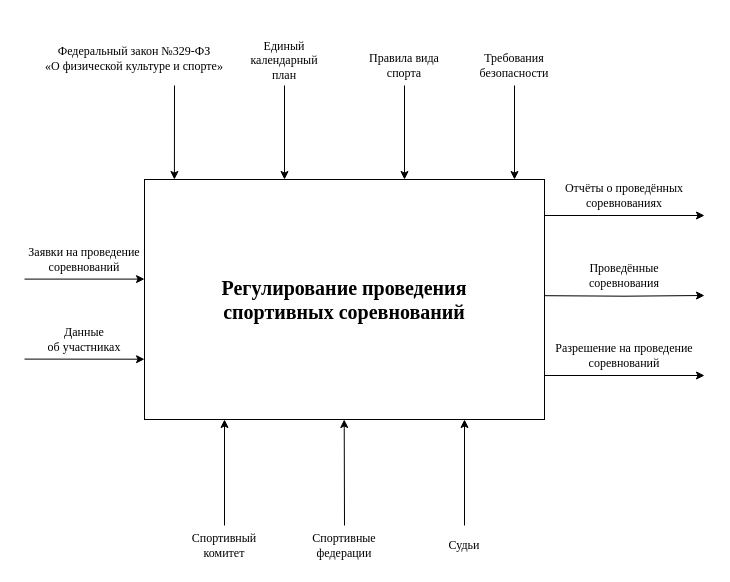
The draw.io diagram page "IDEF0 (контекстная)" (1 of 11) of Диаграммы ИС «Спортивный комитет».drawio in antonch985/Education, before the edit. Source tidied: cells renumbered, new cells numbered last; positions are measured from the earlier drawing's top-left corner, leaving out a move shared by most shapes. Both pictures are drawn from the tidied source at 100%, with x=0, y=0 at pixel (24, 31).
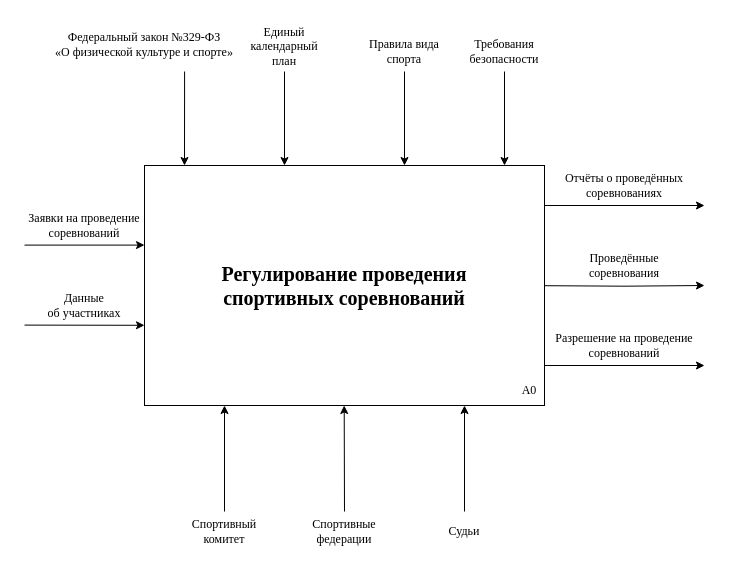
After the change.

Change to the diagram source:
```diff
@@
     <mxCell id="2" style="edgeStyle=orthogonalEdgeStyle;rounded=0;orthogonalLoop=1;jettySize=auto;html=1;exitX=1;exitY=0.25;exitDx=0;exitDy=0;fontFamily=Times New Roman;" parent="1" edge="1">
       <mxGeometry relative="1" as="geometry">
-        <mxPoint x="520" y="184" as="sourcePoint" />
-        <mxPoint x="680" y="184" as="targetPoint" />
+        <mxPoint x="520" y="174" as="sourcePoint" />
+        <mxPoint x="680" y="174" as="targetPoint" />
       </mxGeometry>
     </mxCell>
     <mxCell id="3" style="edgeStyle=orthogonalEdgeStyle;rounded=0;orthogonalLoop=1;jettySize=auto;html=1;exitX=1;exitY=0.5;exitDx=0;exitDy=0;fontFamily=Times New Roman;" parent="1" edge="1">
       <mxGeometry relative="1" as="geometry">
-        <mxPoint x="520" y="264.2" as="sourcePoint" />
-        <mxPoint x="680" y="264" as="targetPoint" />
+        <mxPoint x="520" y="254.2" as="sourcePoint" />
+        <mxPoint x="680" y="254" as="targetPoint" />
       </mxGeometry>
     </mxCell>
     <mxCell id="4" style="edgeStyle=orthogonalEdgeStyle;rounded=0;orthogonalLoop=1;jettySize=auto;html=1;exitX=1;exitY=0.75;exitDx=0;exitDy=0;fontFamily=Times New Roman;" parent="1" edge="1">
       <mxGeometry relative="1" as="geometry">
-        <mxPoint x="520" y="344" as="sourcePoint" />
-        <mxPoint x="680" y="344" as="targetPoint" />
+        <mxPoint x="520" y="334" as="sourcePoint" />
+        <mxPoint x="680" y="334" as="targetPoint" />
       </mxGeometry>
     </mxCell>
     <mxCell id="5" value="&lt;b&gt;Регулирование проведения&lt;/b&gt;&lt;div&gt;&lt;b&gt;спортивных соревнований&lt;/b&gt;&lt;/div&gt;" style="rounded=0;whiteSpace=wrap;html=1;fontSize=20;fontFamily=Times New Roman;" parent="1" vertex="1">
-      <mxGeometry x="120" y="148" width="400" height="240" as="geometry" />
+      <mxGeometry x="120" y="134" width="400" height="240" as="geometry" />
     </mxCell>
     <mxCell id="6" style="endArrow=classic;html=1;rounded=0;entryX=0;entryY=0.25;entryDx=0;entryDy=0;fontFamily=Times New Roman;" parent="1" edge="1">
       <mxGeometry relative="1" as="geometry">
-        <mxPoint y="247.6" as="sourcePoint" />
-        <mxPoint x="120" y="247.6" as="targetPoint" />
+        <mxPoint y="213.6" as="sourcePoint" />
+        <mxPoint x="120" y="213.6" as="targetPoint" />
       </mxGeometry>
     </mxCell>
     <mxCell id="7" style="endArrow=classic;html=1;rounded=0;entryX=0;entryY=0.5;entryDx=0;entryDy=0;fontFamily=Times New Roman;" parent="1" edge="1">
       <mxGeometry relative="1" as="geometry">
-        <mxPoint y="327.6" as="sourcePoint" />
-        <mxPoint x="120" y="327.7" as="targetPoint" />
+        <mxPoint y="293.6" as="sourcePoint" />
+        <mxPoint x="120" y="293.8" as="targetPoint" />
       </mxGeometry>
     </mxCell>
     <mxCell id="8" style="endArrow=classic;html=1;rounded=0;entryX=0.25;entryY=0;entryDx=0;entryDy=0;fontFamily=Times New Roman;" parent="1" edge="1">
       <mxGeometry relative="1" as="geometry">
-        <mxPoint x="150" y="54" as="sourcePoint" />
-        <mxPoint x="149.9" y="148" as="targetPoint" />
+        <mxPoint x="160.1" y="40" as="sourcePoint" />
+        <mxPoint x="160" y="134" as="targetPoint" />
       </mxGeometry>
     </mxCell>
     <mxCell id="9" style="endArrow=classic;html=1;rounded=0;entryX=0.25;entryY=0;entryDx=0;entryDy=0;fontFamily=Times New Roman;" parent="1" edge="1">
       <mxGeometry relative="1" as="geometry">
-        <mxPoint x="260" y="54" as="sourcePoint" />
-        <mxPoint x="260" y="148" as="targetPoint" />
+        <mxPoint x="260" y="40" as="sourcePoint" />
+        <mxPoint x="260" y="134" as="targetPoint" />
       </mxGeometry>
     </mxCell>
     <mxCell id="10" style="endArrow=classic;html=1;rounded=0;entryX=0.25;entryY=0;entryDx=0;entryDy=0;fontFamily=Times New Roman;" parent="1" edge="1">
       <mxGeometry relative="1" as="geometry">
-        <mxPoint x="380" y="54" as="sourcePoint" />
-        <mxPoint x="380" y="148" as="targetPoint" />
+        <mxPoint x="380" y="40" as="sourcePoint" />
+        <mxPoint x="380" y="134" as="targetPoint" />
       </mxGeometry>
     </mxCell>
     <mxCell id="11" style="endArrow=classic;html=1;rounded=0;entryX=0.25;entryY=1;entryDx=0;entryDy=0;fontFamily=Times New Roman;" parent="1" edge="1">
       <mxGeometry relative="1" as="geometry">
-        <mxPoint x="200" y="494" as="sourcePoint" />
-        <mxPoint x="200" y="388" as="targetPoint" />
+        <mxPoint x="200" y="480" as="sourcePoint" />
+        <mxPoint x="200" y="374" as="targetPoint" />
       </mxGeometry>
     </mxCell>
     <mxCell id="12" style="endArrow=classic;html=1;rounded=0;entryX=0.25;entryY=1;entryDx=0;entryDy=0;fontFamily=Times New Roman;" parent="1" edge="1">
       <mxGeometry relative="1" as="geometry">
-        <mxPoint x="320" y="494" as="sourcePoint" />
-        <mxPoint x="319.7" y="388" as="targetPoint" />
+        <mxPoint x="320" y="480" as="sourcePoint" />
+        <mxPoint x="319.7" y="374" as="targetPoint" />
       </mxGeometry>
     </mxCell>
     <mxCell id="13" style="endArrow=classic;html=1;rounded=0;entryX=0.25;entryY=1;entryDx=0;entryDy=0;fontFamily=Times New Roman;" parent="1" edge="1">
       <mxGeometry relative="1" as="geometry">
-        <mxPoint x="440" y="494" as="sourcePoint" />
-        <mxPoint x="440" y="388" as="targetPoint" />
+        <mxPoint x="440" y="480" as="sourcePoint" />
+        <mxPoint x="440" y="374" as="targetPoint" />
       </mxGeometry>
     </mxCell>
     <mxCell id="14" value="Спортивный&lt;div&gt;комитет&lt;/div&gt;" style="text;html=1;whiteSpace=wrap;strokeColor=none;fillColor=none;align=center;verticalAlign=middle;rounded=0;fontFamily=Times New Roman;" parent="1" vertex="1">
-      <mxGeometry x="160" y="494" width="80" height="40" as="geometry" />
+      <mxGeometry x="160" y="480" width="80" height="40" as="geometry" />
     </mxCell>
     <mxCell id="15" value="Спортивные&lt;div&gt;федерации&lt;/div&gt;" style="text;html=1;whiteSpace=wrap;strokeColor=none;fillColor=none;align=center;verticalAlign=middle;rounded=0;noLabel=0;fontFamily=Times New Roman;" parent="1" vertex="1">
-      <mxGeometry x="280" y="494" width="80" height="40" as="geometry" />
+      <mxGeometry x="280" y="480" width="80" height="40" as="geometry" />
     </mxCell>
     <mxCell id="16" value="Заявки на проведение соревнований" style="text;html=1;whiteSpace=wrap;strokeColor=none;fillColor=none;align=center;verticalAlign=middle;rounded=0;fontFamily=Times New Roman;" parent="1" vertex="1">
-      <mxGeometry y="207.6" width="120" height="40" as="geometry" />
+      <mxGeometry y="173.6" width="120" height="40" as="geometry" />
     </mxCell>
     <mxCell id="17" value="Отчёты о проведённых соревнованиях" style="text;html=1;whiteSpace=wrap;strokeColor=none;fillColor=none;align=center;verticalAlign=middle;rounded=0;fontFamily=Times New Roman;" parent="1" vertex="1">
-      <mxGeometry x="520" y="144" width="160" height="40" as="geometry" />
+      <mxGeometry x="520" y="134" width="160" height="40" as="geometry" />
     </mxCell>
     <mxCell id="18" value="Федеральный закон №329-ФЗ&lt;div&gt;«О физической культуре и спорте»&lt;/div&gt;" style="text;html=1;whiteSpace=wrap;strokeColor=none;fillColor=none;align=center;verticalAlign=middle;rounded=0;fontFamily=Times New Roman;" parent="1" vertex="1">
-      <mxGeometry x="20" width="180" height="54" as="geometry" />
+      <mxGeometry x="30" y="-14" width="180" height="54" as="geometry" />
     </mxCell>
     <mxCell id="19" value="Судьи" style="text;html=1;whiteSpace=wrap;strokeColor=none;fillColor=none;align=center;verticalAlign=middle;rounded=0;fontFamily=Times New Roman;" parent="1" vertex="1">
-      <mxGeometry x="400" y="494" width="80" height="40" as="geometry" />
+      <mxGeometry x="400" y="480" width="80" height="40" as="geometry" />
     </mxCell>
     <mxCell id="20" value="Единый календарный&lt;div&gt;план&lt;/div&gt;" style="text;html=1;whiteSpace=wrap;strokeColor=none;fillColor=none;align=center;verticalAlign=middle;rounded=0;fontFamily=Times New Roman;" parent="1" vertex="1">
-      <mxGeometry x="210" y="4" width="100" height="50" as="geometry" />
+      <mxGeometry x="210" y="-10" width="100" height="50" as="geometry" />
     </mxCell>
     <mxCell id="21" value="Данные&lt;div&gt;об участниках&lt;/div&gt;" style="text;html=1;whiteSpace=wrap;strokeColor=none;fillColor=none;align=center;verticalAlign=middle;rounded=0;fontFamily=Times New Roman;" parent="1" vertex="1">
-      <mxGeometry y="287.6" width="120" height="40" as="geometry" />
+      <mxGeometry y="253.6" width="120" height="40" as="geometry" />
     </mxCell>
     <mxCell id="22" value="Проведённые&lt;div&gt;соревнования&lt;/div&gt;" style="text;html=1;whiteSpace=wrap;strokeColor=none;fillColor=none;align=center;verticalAlign=middle;rounded=0;fontFamily=Times New Roman;" parent="1" vertex="1">
-      <mxGeometry x="520" y="224" width="160" height="40" as="geometry" />
+      <mxGeometry x="520" y="214" width="160" height="40" as="geometry" />
     </mxCell>
     <mxCell id="23" value="Правила вида спорта" style="text;html=1;whiteSpace=wrap;strokeColor=none;fillColor=none;align=center;verticalAlign=middle;rounded=0;fontFamily=Times New Roman;" parent="1" vertex="1">
-      <mxGeometry x="340" y="14" width="80" height="40" as="geometry" />
+      <mxGeometry x="340" width="80" height="40" as="geometry" />
     </mxCell>
     <mxCell id="24" style="endArrow=classic;html=1;rounded=0;entryX=0.25;entryY=0;entryDx=0;entryDy=0;fontFamily=Times New Roman;" parent="1" edge="1">
       <mxGeometry relative="1" as="geometry">
-        <mxPoint x="490" y="54" as="sourcePoint" />
-        <mxPoint x="490" y="148" as="targetPoint" />
+        <mxPoint x="480" y="40" as="sourcePoint" />
+        <mxPoint x="480" y="134" as="targetPoint" />
       </mxGeometry>
     </mxCell>
     <mxCell id="25" value="Требования&lt;div&gt;безопасности&lt;/div&gt;" style="text;html=1;whiteSpace=wrap;strokeColor=none;fillColor=none;align=center;verticalAlign=middle;rounded=0;fontFamily=Times New Roman;" parent="1" vertex="1">
-      <mxGeometry x="450" y="14" width="80" height="40" as="geometry" />
+      <mxGeometry x="440" width="80" height="40" as="geometry" />
     </mxCell>
     <mxCell id="26" value="Разрешение на проведение соревнований" style="text;html=1;whiteSpace=wrap;strokeColor=none;fillColor=none;align=center;verticalAlign=middle;rounded=0;fontFamily=Times New Roman;" parent="1" vertex="1">
-      <mxGeometry x="520" y="304" width="160" height="40" as="geometry" />
+      <mxGeometry x="520" y="294" width="160" height="40" as="geometry" />
     </mxCell>
+    <mxCell id="27" value="A0" style="text;html=1;whiteSpace=wrap;strokeColor=none;fillColor=none;align=center;verticalAlign=middle;rounded=0;fontFamily=Times New Roman;" parent="1" vertex="1">
+      <mxGeometry x="490" y="344" width="30" height="30" as="geometry" />
+    </mxCell>
```
